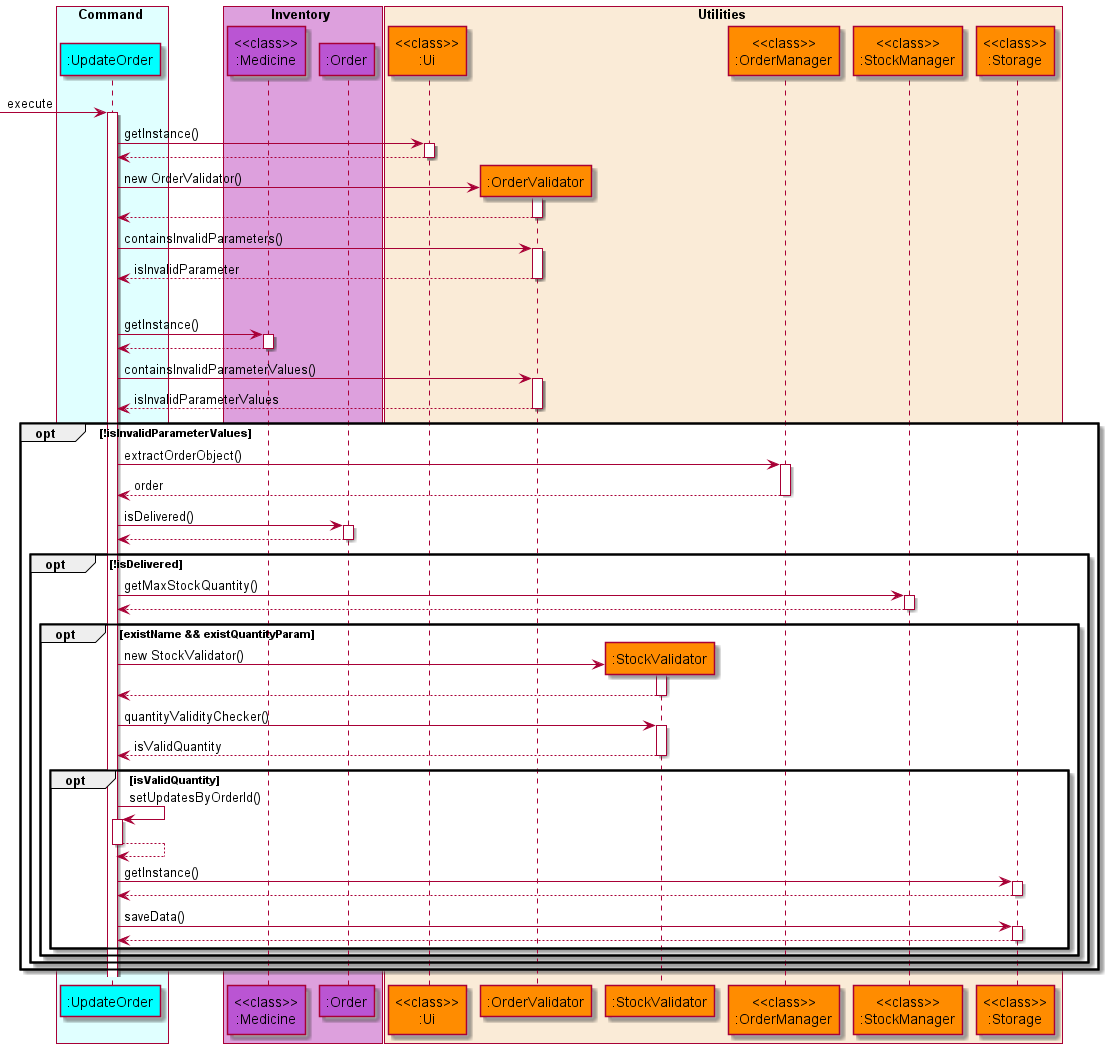
Earlier version of the PlantUML export docs/diagrams/diagram_images/UpdateOrderSequenceDiagram.png (nus-cs2113-AY2122S1/tp). Its diagram source:
```plantuml
@startuml UpdateOrderSequenceDiagram

!include style.puml

box Command COLOR_COMMAND_BOX
    participant ":UpdateOrder" as updateorder COLOR_COMMAND
end box

box Inventory COLOR_INVENTORY_BOX
    participant "<<class>>\n:Medicine" as medicine COLOR_INVENTORY
    participant ":Order" as order COLOR_INVENTORY
end box

box Utilities COLOR_UTILITIES_BOX
    participant "<<class>>\n:Ui" as ui COLOR_UTILITIES
    participant ":OrderValidator" as ordervalidator COLOR_UTILITIES
    participant ":StockValidator" as stockvalidator COLOR_UTILITIES
    participant "<<class>>\n:OrderManager" as ordermanager COLOR_UTILITIES
    participant "<<class>>\n:StockManager" as stockmanager COLOR_UTILITIES
    participant "<<class>>\n:Storage" as storage COLOR_UTILITIES
end box

autoactivate on

-> updateorder: execute
    updateorder -> ui: getInstance()
    updateorder <-- ui
    create ordervalidator
    updateorder -> ordervalidator: new OrderValidator()
    updateorder <-- ordervalidator
    updateorder -> ordervalidator: containsInvalidParameters()
    updateorder <-- ordervalidator: isInvalidParameter
    opt !isInvalidParameter
        updateorder -> medicine: getInstance()
        updateorder <-- medicine
        updateorder -> ordervalidator: containsInvalidParameterValues()
        updateorder <-- ordervalidator: isInvalidParameterValues
        opt !isInvalidParameterValues
            updateorder -> ordermanager: extractOrderObject()
            updateorder <-- ordermanager: order
            updateorder -> order: isDelivered()
            updateorder <-- order
            opt !isDelivered
                updateorder -> stockmanager: getMaxStockQuantity()
                updateorder <-- stockmanager
                opt existName && existQuantityParam
                    create stockvalidator
                    updateorder -> stockvalidator: new StockValidator()
                    updateorder <-- stockvalidator
                    updateorder -> stockvalidator: quantityValidityChecker()
                    updateorder <-- stockvalidator: isValidQuantity
                    opt isValidQuantity
                    updateorder -> updateorder: setUpdatesByOrderId()
                    updateorder --> updateorder
                    updateorder -> storage: getInstance()
                    updateorder <-- storage
                    updateorder -> storage: saveData()
                    updateorder <-- storage
                end
            end
        end
    end

@enduml
```
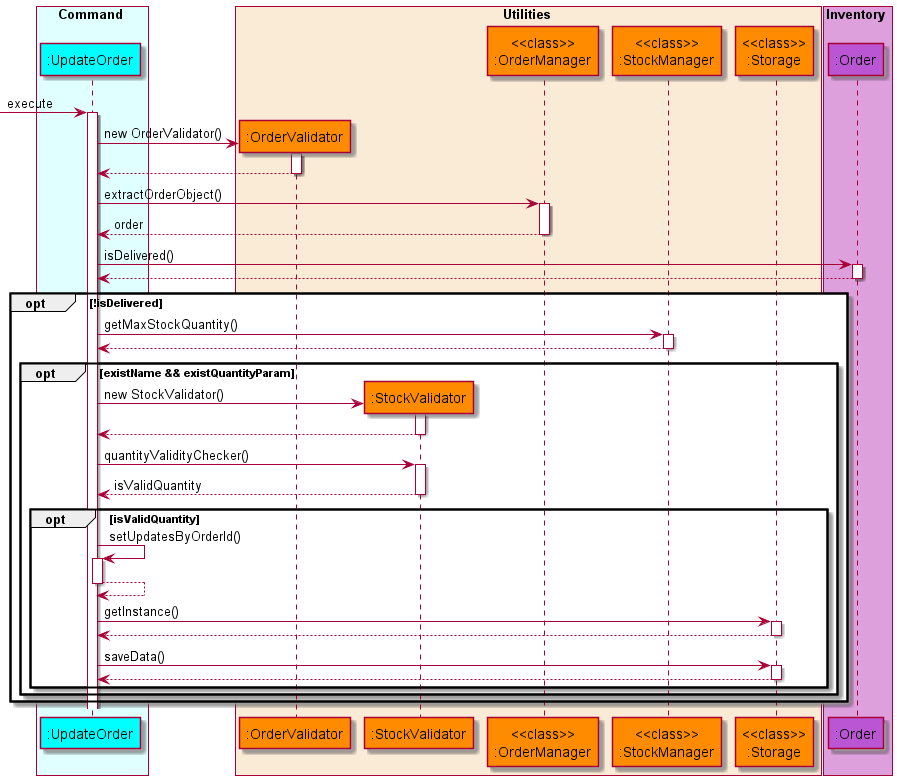
Above is the later version.

Commit message:
Modify sequence diagrams

The edit, as a diff of the source:
```diff
@@ -6,13 +6,7 @@
     participant ":UpdateOrder" as updateorder COLOR_COMMAND
 end box
 
-box Inventory COLOR_INVENTORY_BOX
-    participant "<<class>>\n:Medicine" as medicine COLOR_INVENTORY
-    participant ":Order" as order COLOR_INVENTORY
-end box
-
 box Utilities COLOR_UTILITIES_BOX
-    participant "<<class>>\n:Ui" as ui COLOR_UTILITIES
     participant ":OrderValidator" as ordervalidator COLOR_UTILITIES
     participant ":StockValidator" as stockvalidator COLOR_UTILITIES
     participant "<<class>>\n:OrderManager" as ordermanager COLOR_UTILITIES
@@ -20,43 +14,36 @@
     participant "<<class>>\n:Storage" as storage COLOR_UTILITIES
 end box
 
+box Inventory COLOR_INVENTORY_BOX
+    participant ":Order" as order COLOR_INVENTORY
+end box
+
 autoactivate on
 
 -> updateorder: execute
-    updateorder -> ui: getInstance()
-    updateorder <-- ui
     create ordervalidator
     updateorder -> ordervalidator: new OrderValidator()
     updateorder <-- ordervalidator
-    updateorder -> ordervalidator: containsInvalidParameters()
-    updateorder <-- ordervalidator: isInvalidParameter
-    opt !isInvalidParameter
-        updateorder -> medicine: getInstance()
-        updateorder <-- medicine
-        updateorder -> ordervalidator: containsInvalidParameterValues()
-        updateorder <-- ordervalidator: isInvalidParameterValues
-        opt !isInvalidParameterValues
-            updateorder -> ordermanager: extractOrderObject()
-            updateorder <-- ordermanager: order
-            updateorder -> order: isDelivered()
-            updateorder <-- order
-            opt !isDelivered
-                updateorder -> stockmanager: getMaxStockQuantity()
-                updateorder <-- stockmanager
-                opt existName && existQuantityParam
-                    create stockvalidator
-                    updateorder -> stockvalidator: new StockValidator()
-                    updateorder <-- stockvalidator
-                    updateorder -> stockvalidator: quantityValidityChecker()
-                    updateorder <-- stockvalidator: isValidQuantity
-                    opt isValidQuantity
-                    updateorder -> updateorder: setUpdatesByOrderId()
-                    updateorder --> updateorder
-                    updateorder -> storage: getInstance()
-                    updateorder <-- storage
-                    updateorder -> storage: saveData()
-                    updateorder <-- storage
-                end
+    updateorder -> ordermanager: extractOrderObject()
+    updateorder <-- ordermanager: order
+    updateorder -> order: isDelivered()
+    updateorder <-- order
+    opt !isDelivered
+        updateorder -> stockmanager: getMaxStockQuantity()
+        updateorder <-- stockmanager
+        opt existName && existQuantityParam
+            create stockvalidator
+            updateorder -> stockvalidator: new StockValidator()
+            updateorder <-- stockvalidator
+            updateorder -> stockvalidator: quantityValidityChecker()
+            updateorder <-- stockvalidator: isValidQuantity
+            opt isValidQuantity
+                updateorder -> updateorder: setUpdatesByOrderId()
+                updateorder --> updateorder
+                updateorder -> storage: getInstance()
+                updateorder <-- storage
+                updateorder -> storage: saveData()
+                updateorder <-- storage
             end
         end
     end
```
